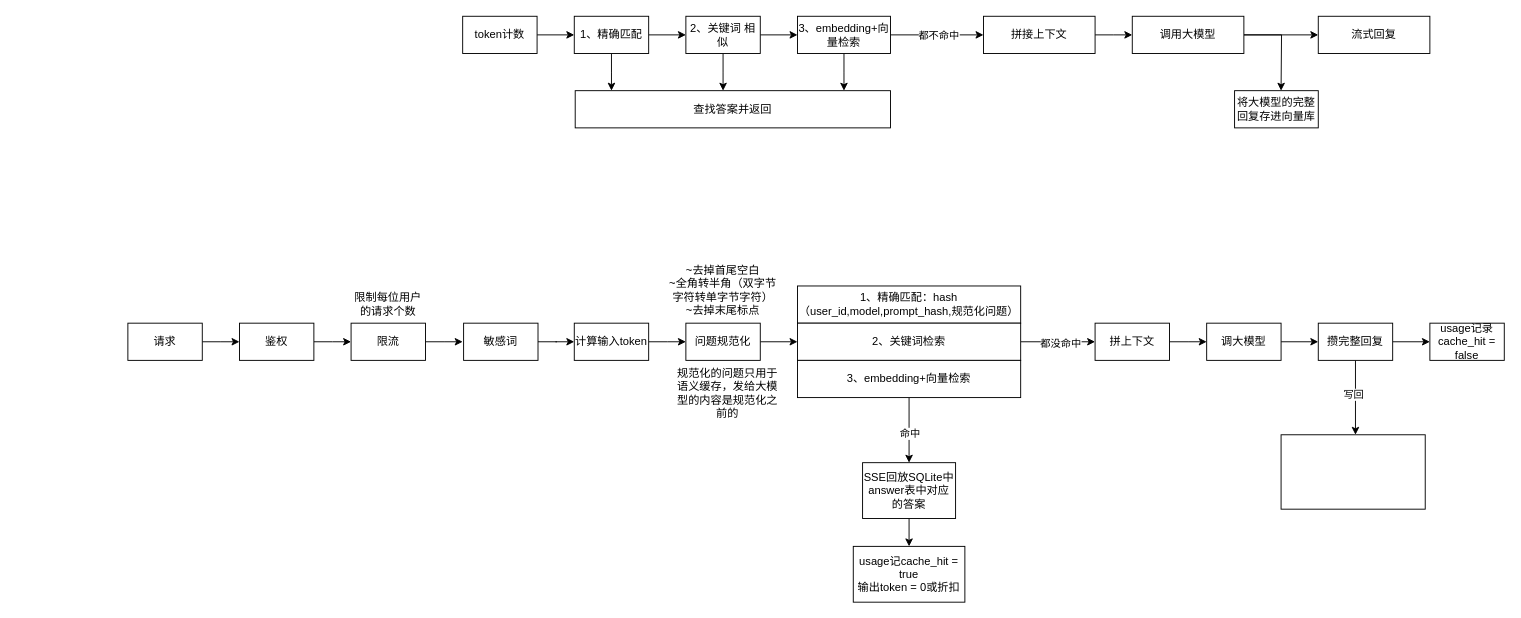
Before: flowchart/aichat流程图.drawio in jialiangLv/ai-chat, a draw.io diagram. Source tidied: cells renumbered, new cells numbered last; positions are measured from the earlier drawing's top-left corner, leaving out a move shared by most shapes. Both pictures are drawn from the tidied source at 93%, with x=0, y=0 at pixel (127, 16).
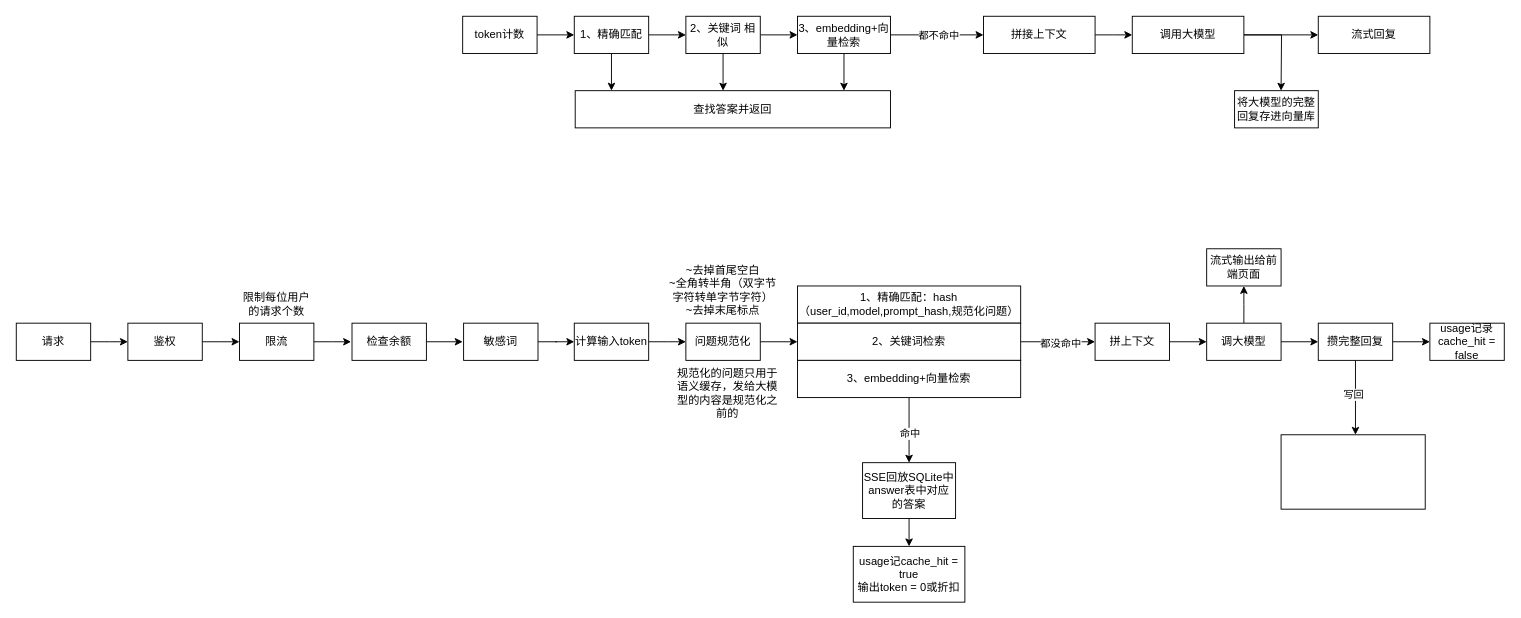
Above is the later version.

Commit message:
更新aichat流程图.drawio

Unchanged cells that the change refers to:
```xml
<mxCell id="48" value="调大模型" style="rounded=0;whiteSpace=wrap;html=1;" parent="1" vertex="1">
  <mxGeometry x="1160" y="330" width="80" height="40" as="geometry" />
</mxCell>
```

What changed in the source:
```diff
@@
     <mxCell id="22" style="edgeStyle=orthogonalEdgeStyle;rounded=0;jettySize=auto;html=1;defaultLabelBackgroundColor=page;labelPadding=0 4;" parent="1" edge="1" source="23">
       <mxGeometry relative="1" as="geometry">
-        <mxPoint x="120" y="350" as="targetPoint" />
+        <mxPoint y="350" as="targetPoint" />
       </mxGeometry>
     </mxCell>
     <mxCell id="23" value="请求" style="rounded=0;whiteSpace=wrap;html=1;" parent="1" vertex="1">
-      <mxGeometry y="330" width="80" height="40" as="geometry" />
+      <mxGeometry x="-120" y="330" width="80" height="40" as="geometry" />
     </mxCell>
     <mxCell id="24" style="edgeStyle=orthogonalEdgeStyle;rounded=0;jettySize=auto;html=1;defaultLabelBackgroundColor=page;labelPadding=0 4;" parent="1" edge="1" source="25">
       <mxGeometry relative="1" as="geometry">
-        <mxPoint x="240" y="350" as="targetPoint" />
+        <mxPoint x="120" y="350" as="targetPoint" />
       </mxGeometry>
     </mxCell>
     <mxCell id="25" value="鉴权" style="rounded=0;whiteSpace=wrap;html=1;" parent="1" vertex="1">
-      <mxGeometry x="120" y="330" width="80" height="40" as="geometry" />
+      <mxGeometry y="330" width="80" height="40" as="geometry" />
     </mxCell>
     <mxCell id="26" style="edgeStyle=orthogonalEdgeStyle;rounded=0;jettySize=auto;html=1;defaultLabelBackgroundColor=page;labelPadding=0 4;" parent="1" edge="1" source="27">
       <mxGeometry relative="1" as="geometry">
-        <mxPoint x="360" y="350" as="targetPoint" />
+        <mxPoint x="240" y="350" as="targetPoint" />
       </mxGeometry>
     </mxCell>
     <mxCell id="27" value="限流" style="rounded=0;whiteSpace=wrap;html=1;" parent="1" vertex="1">
-      <mxGeometry x="240" y="330" width="80" height="40" as="geometry" />
+      <mxGeometry x="120" y="330" width="80" height="40" as="geometry" />
     </mxCell>
@@
+    <mxCell id="57" style="edgeStyle=orthogonalEdgeStyle;rounded=0;jettySize=auto;html=1;defaultLabelBackgroundColor=page;labelPadding=0 4;" parent="1" edge="1" source="48">
+      <mxGeometry relative="1" as="geometry">
+        <mxPoint x="1200" y="290" as="targetPoint" />
+      </mxGeometry>
+    </mxCell>
@@
     <mxCell id="54" value="限制每位用户的请求个数" style="text;html=1;whiteSpace=wrap;strokeColor=none;fillColor=none;align=center;verticalAlign=middle;rounded=0;" parent="1" vertex="1">
-      <mxGeometry x="240" y="295" width="80" height="30" as="geometry" />
+      <mxGeometry x="120" y="295" width="80" height="30" as="geometry" />
     </mxCell>
@@
+    <mxCell id="58" value="流式输出给前端页面" style="rounded=0;whiteSpace=wrap;html=1;" parent="1" vertex="1">
+      <mxGeometry x="1160" y="250" width="80" height="40" as="geometry" />
+    </mxCell>
+    <mxCell id="59" style="edgeStyle=orthogonalEdgeStyle;rounded=0;jettySize=auto;html=1;defaultLabelBackgroundColor=page;labelPadding=0 4;" parent="1" edge="1" source="60">
+      <mxGeometry relative="1" as="geometry">
+        <mxPoint x="360" y="350" as="targetPoint" />
+      </mxGeometry>
+    </mxCell>
+    <mxCell id="60" value="检查余额" style="rounded=0;whiteSpace=wrap;html=1;" parent="1" vertex="1">
+      <mxGeometry x="241" y="330" width="80" height="40" as="geometry" />
+    </mxCell>
```
